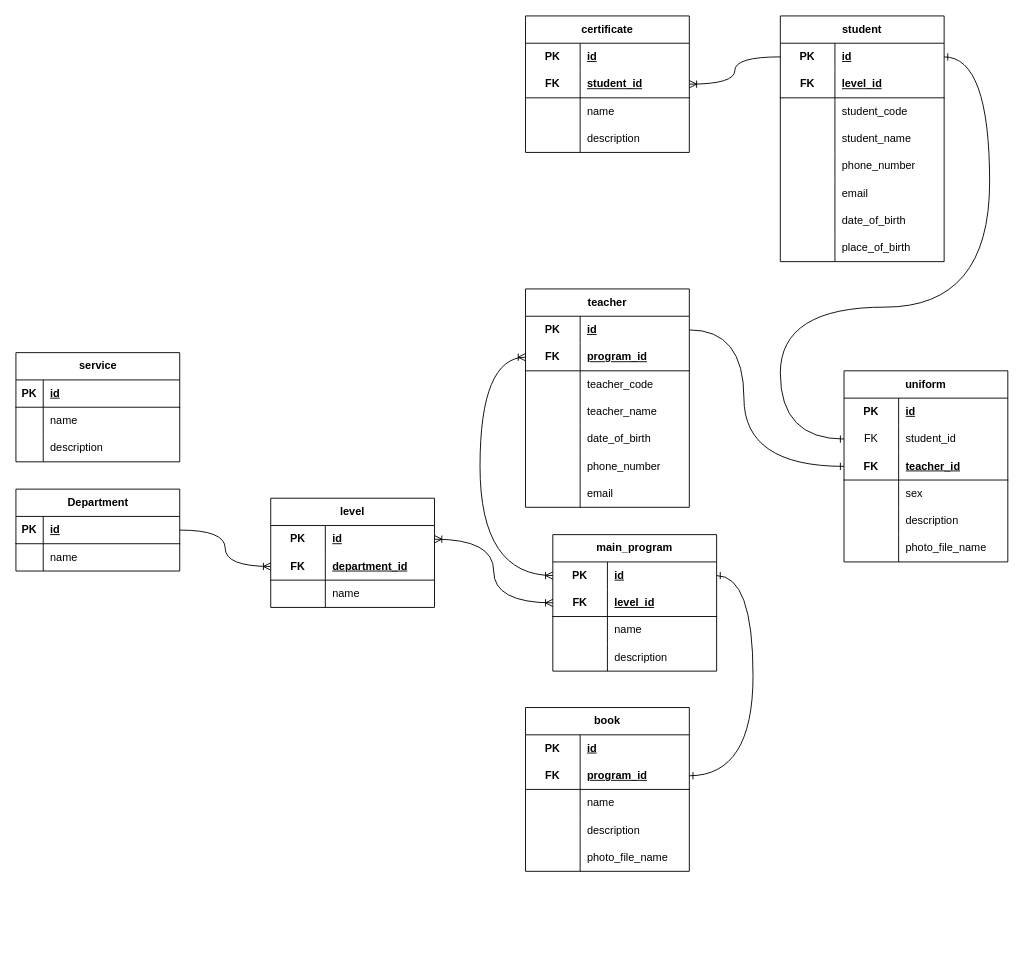
ranygithup/SM-System keeps this draw.io diagram as ERD/Entity Relational Database.drawio. Above is the earlier version. Source tidied: cells renumbered, new cells numbered last; positions are measured from the earlier drawing's top-left corner, leaving out a move shared by most shapes. Both pictures are drawn from the tidied source at 91%, with x=0, y=0 at pixel (15, 15).
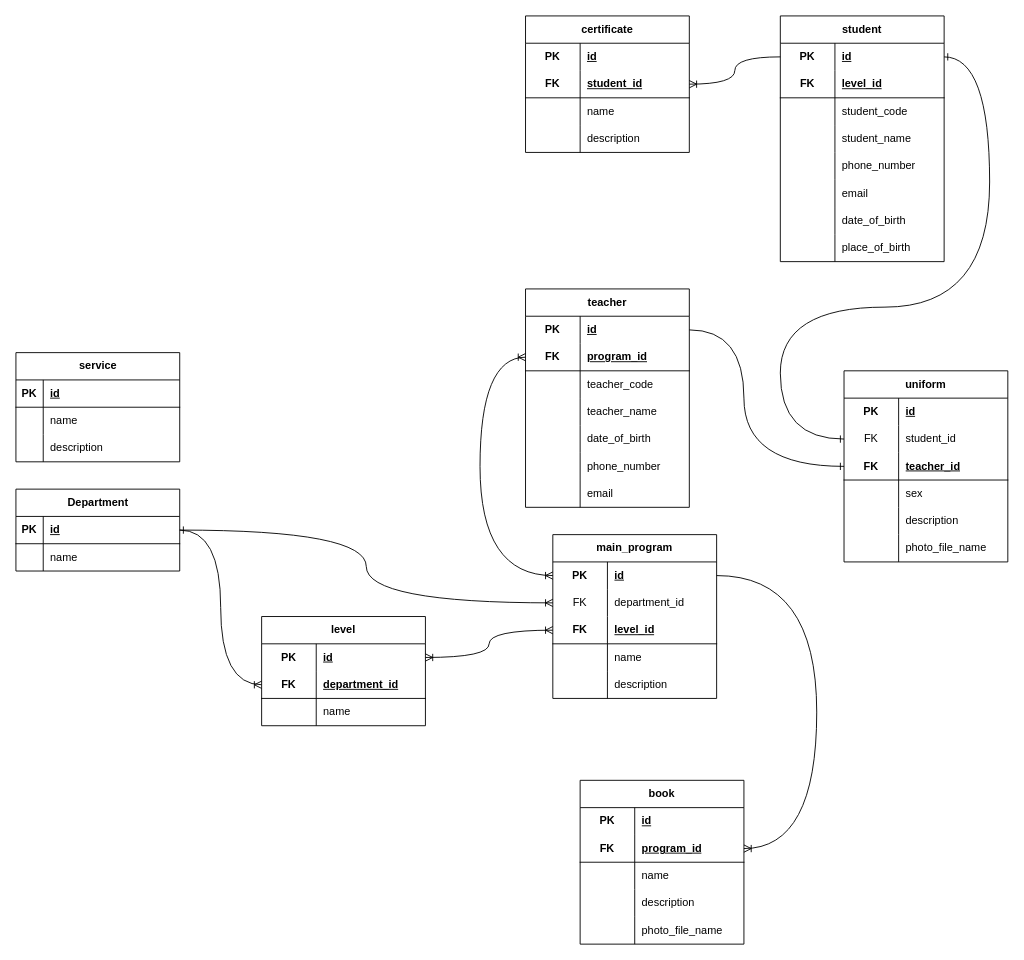
Above is the later version.

Unchanged cells that the change refers to:
```xml
<mxCell id="3" style="shape=tableRow;horizontal=0;startSize=0;swimlaneHead=0;swimlaneBody=0;fillColor=none;points=[[0,0.5],[1,0.5]];portConstraint=eastwest;top=0;left=0;right=0;bottom=1;" parent="2" vertex="1">
  <mxGeometry y="30" width="180" height="30" as="geometry" />
</mxCell>
<mxCell id="20" style="shape=tableRow;horizontal=0;startSize=0;swimlaneHead=0;swimlaneBody=0;fillColor=none;points=[[0,0.5],[1,0.5]];portConstraint=eastwest;top=0;left=0;right=0;bottom=0;html=1;" parent="19" vertex="1">
  <mxGeometry y="30" width="180" height="30" as="geometry" />
</mxCell>
<mxCell id="38" style="shape=tableRow;horizontal=0;startSize=0;swimlaneHead=0;swimlaneBody=0;fillColor=none;points=[[0,0.5],[1,0.5]];portConstraint=eastwest;top=0;left=0;right=0;bottom=1;html=1;" parent="34" vertex="1">
  <mxGeometry y="60" width="180" height="30" as="geometry" />
</mxCell>
```

What changed in the source:
```diff
@@
     <mxCell id="9" value="level" style="shape=table;startSize=30;childLayout=tableLayout;rowLines=0;fontStyle=1;align=center;html=1;whiteSpace=wrap;" parent="1" vertex="1">
-      <mxGeometry x="280" y="530" width="180" height="120" as="geometry" />
+      <mxGeometry x="270" y="660" width="180" height="120" as="geometry" />
     </mxCell>
@@
     <mxCell id="19" value="main_program" style="shape=table;startSize=30;childLayout=tableLayout;rowLines=0;fontStyle=1;align=center;html=1;whiteSpace=wrap;" parent="1" vertex="1">
-      <mxGeometry x="590" y="570" width="180" height="150" as="geometry" />
+      <mxGeometry x="590" y="570" width="180" height="180" as="geometry" />
     </mxCell>
@@
+    <mxCell id="144" style="shape=tableRow;horizontal=0;startSize=0;swimlaneHead=0;swimlaneBody=0;fillColor=none;points=[[0,0.5],[1,0.5]];portConstraint=eastwest;top=0;left=0;right=0;bottom=0;" parent="19" vertex="1">
+      <mxGeometry y="60" width="180" height="30" as="geometry" />
+    </mxCell>
+    <mxCell id="145" value="FK" style="shape=partialRectangle;fillColor=none;top=0;left=0;bottom=0;right=0;fontStyle=0;overflow=hidden;whiteSpace=wrap;html=1;" parent="144" vertex="1">
+      <mxGeometry width="60" height="30" as="geometry" />
+    </mxCell>
+    <mxCell id="146" value="department_id" style="shape=partialRectangle;fillColor=none;top=0;left=0;bottom=0;right=0;align=left;spacingLeft=6;fontStyle=0;overflow=hidden;whiteSpace=wrap;html=1;" parent="144" vertex="1">
+      <mxGeometry x="60" width="120" height="30" as="geometry" />
+    </mxCell>
     <mxCell id="23" style="shape=tableRow;horizontal=0;startSize=0;swimlaneHead=0;swimlaneBody=0;fillColor=none;points=[[0,0.5],[1,0.5]];portConstraint=eastwest;top=0;left=0;right=0;bottom=1;html=1;" parent="19" vertex="1">
-      <mxGeometry y="60" width="180" height="30" as="geometry" />
+      <mxGeometry y="90" width="180" height="30" as="geometry" />
     </mxCell>
@@
     <mxCell id="26" style="shape=tableRow;horizontal=0;startSize=0;swimlaneHead=0;swimlaneBody=0;fillColor=none;top=0;left=0;right=0;bottom=0;html=1;" parent="19" vertex="1">
-      <mxGeometry y="90" width="180" height="30" as="geometry" />
+      <mxGeometry y="120" width="180" height="30" as="geometry" />
     </mxCell>
@@
     <mxCell id="29" style="shape=tableRow;horizontal=0;startSize=0;swimlaneHead=0;swimlaneBody=0;fillColor=none;top=0;left=0;right=0;bottom=0;html=1;" parent="19" vertex="1">
-      <mxGeometry y="120" width="180" height="30" as="geometry" />
+      <mxGeometry y="150" width="180" height="30" as="geometry" />
     </mxCell>
@@
     <mxCell id="34" value="book" style="shape=table;startSize=30;childLayout=tableLayout;rowLines=0;fontStyle=1;align=center;html=1;whiteSpace=wrap;" parent="1" vertex="1">
-      <mxGeometry x="560" y="760" width="180" height="180" as="geometry" />
+      <mxGeometry x="620" y="840" width="180" height="180" as="geometry" />
     </mxCell>
@@
-    <mxCell id="50" style="edgeStyle=orthogonalEdgeStyle;rounded=0;jettySize=auto;html=1;entryX=1;entryY=0.5;entryDx=0;entryDy=0;curved=1;endArrow=ERone;endFill=0;startArrow=ERone;startFill=0;" parent="1" edge="1" source="20" target="38">
-      <mxGeometry relative="1" as="geometry">
-        <Array as="points">
-          <mxPoint x="810" y="615" />
-          <mxPoint x="810" y="835" />
-        </Array>
-      </mxGeometry>
-    </mxCell>
@@
+    <mxCell id="50" style="edgeStyle=orthogonalEdgeStyle;rounded=0;jettySize=auto;html=1;entryX=1;entryY=0.5;entryDx=0;entryDy=0;endArrow=ERoneToMany;endFill=0;curved=1;" parent="1" edge="1" source="20" target="38">
+      <mxGeometry relative="1" as="geometry">
+        <Array as="points">
+          <mxPoint x="880" y="615" />
+          <mxPoint x="880" y="915" />
+        </Array>
+      </mxGeometry>
+    </mxCell>
+    <mxCell id="147" style="edgeStyle=orthogonalEdgeStyle;rounded=0;jettySize=auto;html=1;entryX=0;entryY=0.5;entryDx=0;entryDy=0;curved=1;endArrow=ERoneToMany;endFill=0;startArrow=ERone;startFill=0;" parent="1" edge="1" source="3" target="144">
+      <mxGeometry relative="1" as="geometry" />
+    </mxCell>
```
